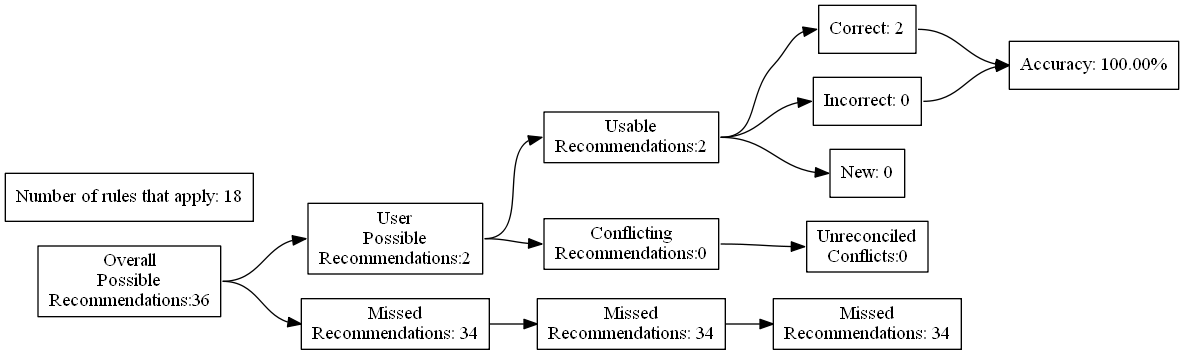
Above: test_renders/37.gv.png in ZaxR/ibd_diet_analysis (Graphviz), before the change. Its source is kept beside it as test_renders/37.gv.
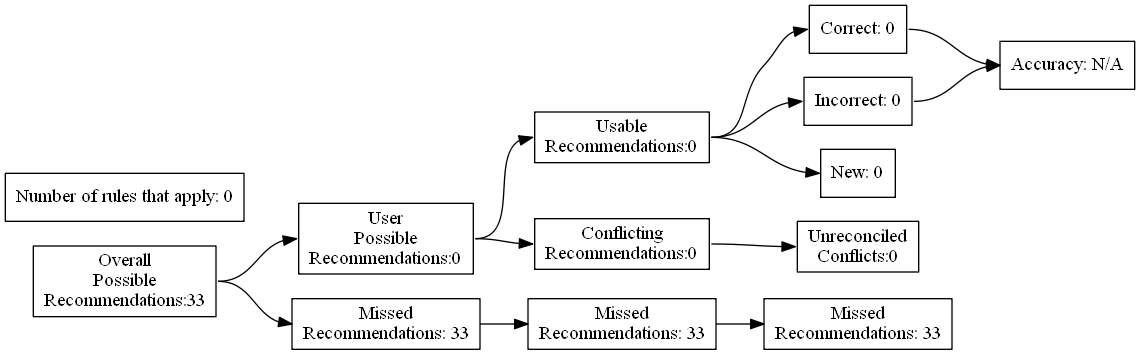
Above is the later version.

The edit, as a diff of the source:
```diff
@@ -4,27 +4,27 @@
 	edge [headport=w tailport=e]
 		A [label="Overall
 Possible
-Recommendations:36"]
+Recommendations:33"]
 		B [label="User
 Possible
-Recommendations:2"]
+Recommendations:0"]
 		C [label="Missed
-Recommendations: 34"]
+Recommendations: 33"]
 		D [label="Usable
-Recommendations:2"]
+Recommendations:0"]
 		E [label="Conflicting
 Recommendations:0"]
 		J [label="Missed
-Recommendations: 34"]
+Recommendations: 33"]
 		M [label="Unreconciled
 Conflicts:0"]
-		F [label="Correct: 2"]
+		F [label="Correct: 0"]
 		G [label="Incorrect: 0"]
 		H [label="New: 0"]
 		K [label="Missed
-Recommendations: 34"]
-		I [label="Accuracy: 100.00%"]
-		l [label="Number of rules that apply: 18"]
+Recommendations: 33"]
+		I [label="Accuracy: N/A"]
+		l [label="Number of rules that apply: 0"]
 			A -> B
 			A -> C
 			B -> D
```
